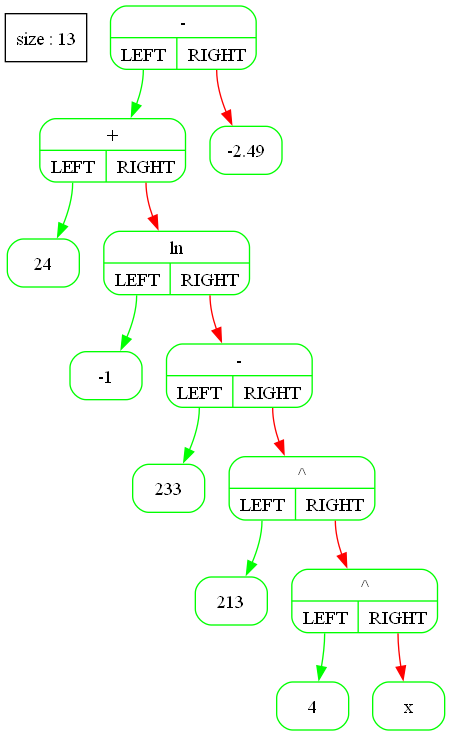
The Graphviz diagram files/Tree_graph2.png in A-Elbereth-Gilthoniel/Differentiator, before a commit. Its source is kept beside it as files/Tree_graph2.dot.
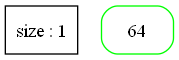
After the commit.

The edit, as a diff of the source:
```diff
@@ -2,29 +2,29 @@
   tree [shape=box ; stryle=rounded ; label="size : 13"];
   edge [color=black];
   node [shape=record ; style=rounded ; color=green];
-14973352 [label="{-|{<YES>LEFT|<NO>RIGHT}}"];
-14972072 [label="{+|{<YES>LEFT|<NO>RIGHT}}"];
-14946824 [label="{24}"];
-14972512 [label="{ln|{<YES>LEFT|<NO>RIGHT}}"];
-14947184 [label="{-1}"];
-14972832 [label="{-|{<YES>LEFT|<NO>RIGHT}}"];
-14946864 [label="{233}"];
-14947544 [label="{^|{<YES>LEFT|<NO>RIGHT}}"];
-14947464 [label="{213}"];
-14947304 [label="{^|{<YES>LEFT|<NO>RIGHT}}"];
-14947224 [label="{4}"];
-14947264 [label="{x}"];
-14973312 [label="{-2.49}"];
-14973352:<YES> -> 14972072 [color=green];
-14972072:<YES> -> 14946824 [color=green];
-14972072:<NO> -> 14972512 [color=red];
-14972512:<YES> -> 14947184 [color=green];
-14972512:<NO> -> 14972832 [color=red];
-14972832:<YES> -> 14946864 [color=green];
-14972832:<NO> -> 14947544 [color=red];
-14947544:<YES> -> 14947464 [color=green];
-14947544:<NO> -> 14947304 [color=red];
-14947304:<YES> -> 14947224 [color=green];
-14947304:<NO> -> 14947264 [color=red];
-14973352:<NO> -> 14973312 [color=red];
+8616480 [label="{-|{<YES>LEFT|<NO>RIGHT}}"];
+8615400 [label="{+|{<YES>LEFT|<NO>RIGHT}}"];
+8589816 [label="{24}"];
+8615000 [label="{ln|{<YES>LEFT|<NO>RIGHT}}"];
+8589496 [label="{-1}"];
+8615880 [label="{-|{<YES>LEFT|<NO>RIGHT}}"];
+8589616 [label="{233}"];
+8590176 [label="{^|{<YES>LEFT|<NO>RIGHT}}"];
+8590096 [label="{213}"];
+8590016 [label="{^|{<YES>LEFT|<NO>RIGHT}}"];
+8589696 [label="{4}"];
+8589976 [label="{x}"];
+8616520 [label="{-2.49}"];
+8616480:<YES> -> 8615400 [color=green];
+8615400:<YES> -> 8589816 [color=green];
+8615400:<NO> -> 8615000 [color=red];
+8615000:<YES> -> 8589496 [color=green];
+8615000:<NO> -> 8615880 [color=red];
+8615880:<YES> -> 8589616 [color=green];
+8615880:<NO> -> 8590176 [color=red];
+8590176:<YES> -> 8590096 [color=green];
+8590176:<NO> -> 8590016 [color=red];
+8590016:<YES> -> 8589696 [color=green];
+8590016:<NO> -> 8589976 [color=red];
+8616480:<NO> -> 8616520 [color=red];
 }
```
